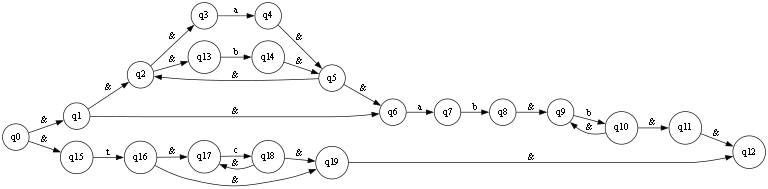
Earlier version of the Graphviz export automata.gv.png (esc20936/laboratorio1_Dise-oLenguajesDeProgramacion). Its source is kept beside it as automata.gv.
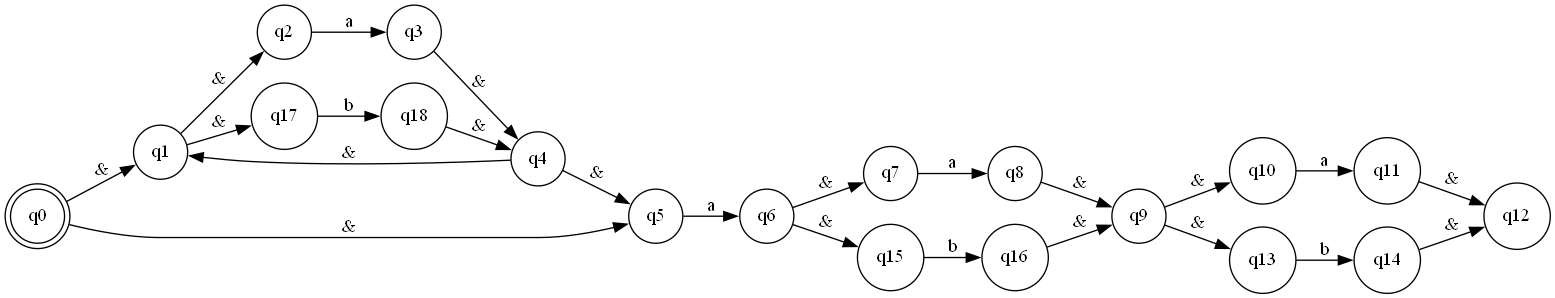
The same file after the commit.

Diff of the diagram source:
```diff
@@ -1,51 +1,64 @@
 digraph G {
-	rankdir=LR size="8,5"
+	rankdir=LR size="20,5"
 	node [shape=doublecircle]
+	q0
 	node [shape=circle]
-	q0
 	q1
+	node [shape=circle]
 	q2
+	node [shape=circle]
 	q3
+	node [shape=circle]
 	q4
+	node [shape=circle]
 	q5
+	node [shape=circle]
 	q6
+	node [shape=circle]
 	q7
+	node [shape=circle]
 	q8
+	node [shape=circle]
 	q9
+	node [shape=circle]
 	q10
+	node [shape=circle]
 	q11
+	node [shape=circle]
 	q12
+	node [shape=circle]
 	q13
+	node [shape=circle]
 	q14
+	node [shape=circle]
 	q15
+	node [shape=circle]
 	q16
+	node [shape=circle]
 	q17
+	node [shape=circle]
 	q18
-	q19
 	q0 -> q1 [label="&"]
-	q0 -> q15 [label="&"]
+	q0 -> q5 [label="&"]
 	q1 -> q2 [label="&"]
-	q1 -> q6 [label="&"]
-	q2 -> q3 [label="&"]
-	q2 -> q13 [label="&"]
-	q3 -> q4 [label=a]
+	q1 -> q17 [label="&"]
+	q2 -> q3 [label=a]
+	q3 -> q4 [label="&"]
+	q4 -> q1 [label="&"]
 	q4 -> q5 [label="&"]
-	q5 -> q2 [label="&"]
-	q5 -> q6 [label="&"]
-	q6 -> q7 [label=a]
-	q7 -> q8 [label=b]
+	q5 -> q6 [label=a]
+	q6 -> q7 [label="&"]
+	q6 -> q15 [label="&"]
+	q7 -> q8 [label=a]
 	q8 -> q9 [label="&"]
-	q9 -> q10 [label=b]
-	q10 -> q9 [label="&"]
-	q10 -> q11 [label="&"]
+	q9 -> q10 [label="&"]
+	q9 -> q13 [label="&"]
+	q10 -> q11 [label=a]
 	q11 -> q12 [label="&"]
 	q13 -> q14 [label=b]
-	q14 -> q5 [label="&"]
-	q15 -> q16 [label=t]
-	q16 -> q17 [label="&"]
-	q16 -> q19 [label="&"]
-	q17 -> q18 [label=c]
-	q18 -> q17 [label="&"]
-	q18 -> q19 [label="&"]
-	q19 -> q12 [label="&"]
+	q14 -> q12 [label="&"]
+	q15 -> q16 [label=b]
+	q16 -> q9 [label="&"]
+	q17 -> q18 [label=b]
+	q18 -> q4 [label="&"]
 }
```
